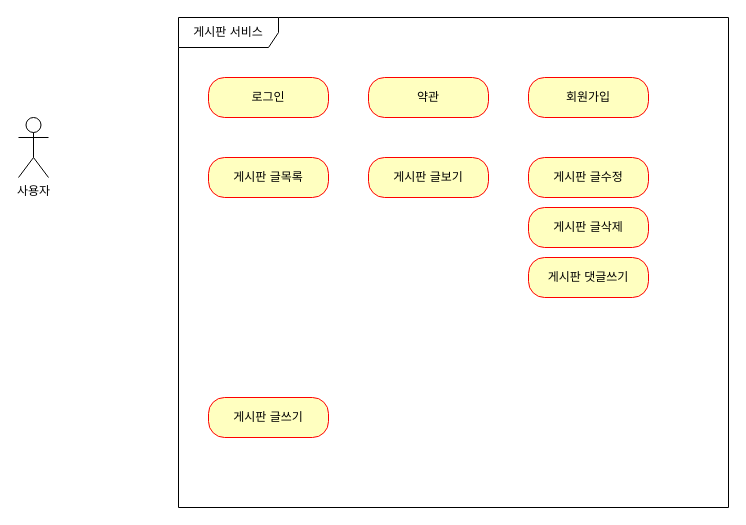
Before: Board1/게시판.drawio in nsaedae/JSP, a draw.io diagram. Source tidied: cells renumbered, new cells numbered last; positions are measured from the earlier drawing's top-left corner, leaving out a move shared by most shapes. Both pictures are drawn from the tidied source at 100%, with x=0, y=0 at pixel (18, 17).
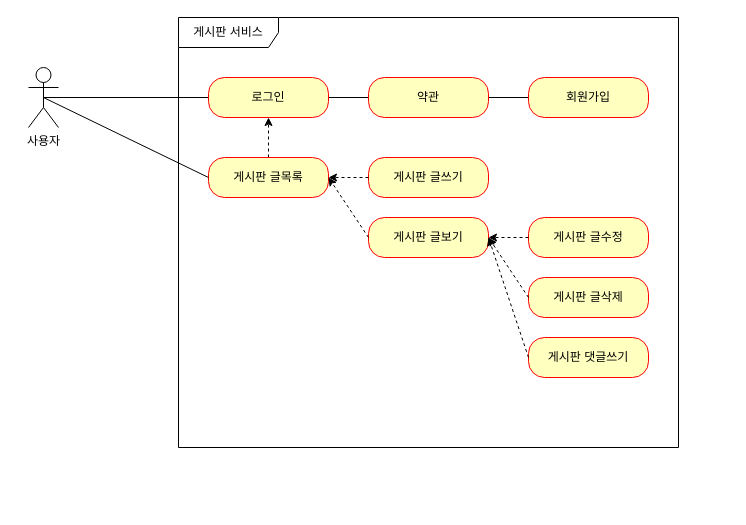
The same diagram, later.

Commit message:
게시판.drawio 업데이트

The change refers to these unchanged cells:
```xml
<mxCell id="4" value="로그인" style="rounded=1;whiteSpace=wrap;html=1;arcSize=40;fontColor=#000000;fillColor=#ffffc0;strokeColor=#ff0000;" parent="1" vertex="1">
  <mxGeometry x="190" y="60" width="120" height="40" as="geometry" />
</mxCell>
<mxCell id="5" value="약관" style="rounded=1;whiteSpace=wrap;html=1;arcSize=40;fontColor=#000000;fillColor=#ffffc0;strokeColor=#ff0000;" parent="1" vertex="1">
  <mxGeometry x="350" y="60" width="120" height="40" as="geometry" />
</mxCell>
<mxCell id="6" value="회원가입" style="rounded=1;whiteSpace=wrap;html=1;arcSize=40;fontColor=#000000;fillColor=#ffffc0;strokeColor=#ff0000;" parent="1" vertex="1">
  <mxGeometry x="510" y="60" width="120" height="40" as="geometry" />
</mxCell>
<mxCell id="7" value="게시판 글목록" style="rounded=1;whiteSpace=wrap;html=1;arcSize=40;fontColor=#000000;fillColor=#ffffc0;strokeColor=#ff0000;" parent="1" vertex="1">
  <mxGeometry x="190" y="140" width="120" height="40" as="geometry" />
</mxCell>
```

Diff of the diagram source:
```diff
@@
     <mxCell id="2" value="사용자" style="shape=umlActor;verticalLabelPosition=bottom;verticalAlign=top;html=1;" parent="1" vertex="1">
-      <mxGeometry y="100" width="30" height="60" as="geometry" />
+      <mxGeometry x="10" y="50" width="30" height="60" as="geometry" />
     </mxCell>
     <mxCell id="3" value="게시판 서비스" style="shape=umlFrame;whiteSpace=wrap;html=1;width=100;height=30;" parent="1" vertex="1">
-      <mxGeometry x="160" width="550" height="490" as="geometry" />
+      <mxGeometry x="160" width="500" height="430" as="geometry" />
     </mxCell>
+    <mxCell id="13" style="edgeStyle=none;rounded=0;jettySize=auto;html=1;exitX=0;exitY=0.5;exitDx=0;exitDy=0;entryX=0.5;entryY=0.5;entryDx=0;entryDy=0;entryPerimeter=0;endArrow=none;endFill=0;" parent="1" edge="1" source="4" target="2">
+      <mxGeometry relative="1" as="geometry" />
+    </mxCell>
+    <mxCell id="14" style="edgeStyle=none;rounded=0;jettySize=auto;html=1;exitX=1;exitY=0.5;exitDx=0;exitDy=0;entryX=0;entryY=0.5;entryDx=0;entryDy=0;endArrow=none;endFill=0;" parent="1" edge="1" source="4" target="5">
+      <mxGeometry relative="1" as="geometry" />
+    </mxCell>
@@
+    <mxCell id="15" style="edgeStyle=none;rounded=0;jettySize=auto;html=1;exitX=1;exitY=0.5;exitDx=0;exitDy=0;entryX=0;entryY=0.5;entryDx=0;entryDy=0;endArrow=none;endFill=0;" parent="1" edge="1" source="5" target="6">
+      <mxGeometry relative="1" as="geometry" />
+    </mxCell>
@@
+    <mxCell id="16" style="edgeStyle=none;rounded=0;jettySize=auto;html=1;exitX=0.5;exitY=0;exitDx=0;exitDy=0;endArrow=classic;endFill=1;dashed=1;startArrow=none;startFill=0;" parent="1" edge="1" source="7" target="4">
+      <mxGeometry relative="1" as="geometry" />
+    </mxCell>
@@
     <mxCell id="8" value="게시판 글쓰기" style="rounded=1;whiteSpace=wrap;html=1;arcSize=40;fontColor=#000000;fillColor=#ffffc0;strokeColor=#ff0000;" parent="1" vertex="1">
-      <mxGeometry x="190" y="380" width="120" height="40" as="geometry" />
+      <mxGeometry x="350" y="140" width="120" height="40" as="geometry" />
     </mxCell>
     <mxCell id="9" value="게시판 글보기" style="rounded=1;whiteSpace=wrap;html=1;arcSize=40;fontColor=#000000;fillColor=#ffffc0;strokeColor=#ff0000;" parent="1" vertex="1">
-      <mxGeometry x="350" y="140" width="120" height="40" as="geometry" />
+      <mxGeometry x="350" y="200" width="120" height="40" as="geometry" />
     </mxCell>
     <mxCell id="10" value="게시판 글수정" style="rounded=1;whiteSpace=wrap;html=1;arcSize=40;fontColor=#000000;fillColor=#ffffc0;strokeColor=#ff0000;" parent="1" vertex="1">
-      <mxGeometry x="510" y="140" width="120" height="40" as="geometry" />
+      <mxGeometry x="510" y="200" width="120" height="40" as="geometry" />
     </mxCell>
     <mxCell id="11" value="게시판 글삭제" style="rounded=1;whiteSpace=wrap;html=1;arcSize=40;fontColor=#000000;fillColor=#ffffc0;strokeColor=#ff0000;" parent="1" vertex="1">
-      <mxGeometry x="510" y="190" width="120" height="40" as="geometry" />
+      <mxGeometry x="510" y="260" width="120" height="40" as="geometry" />
     </mxCell>
     <mxCell id="12" value="게시판 댓글쓰기" style="rounded=1;whiteSpace=wrap;html=1;arcSize=40;fontColor=#000000;fillColor=#ffffc0;strokeColor=#ff0000;" parent="1" vertex="1">
-      <mxGeometry x="510" y="240" width="120" height="40" as="geometry" />
+      <mxGeometry x="510" y="320" width="120" height="40" as="geometry" />
     </mxCell>
+    <mxCell id="17" style="edgeStyle=none;rounded=0;jettySize=auto;html=1;exitX=0;exitY=0.5;exitDx=0;exitDy=0;entryX=0.5;entryY=0.5;entryDx=0;entryDy=0;entryPerimeter=0;endArrow=none;endFill=0;" parent="1" edge="1" source="7" target="2">
+      <mxGeometry relative="1" as="geometry" />
+    </mxCell>
+    <mxCell id="18" style="edgeStyle=none;rounded=0;jettySize=auto;html=1;exitX=0;exitY=0.5;exitDx=0;exitDy=0;endArrow=classic;endFill=1;dashed=1;startArrow=none;startFill=0;entryX=1;entryY=0.5;entryDx=0;entryDy=0;" parent="1" edge="1" source="8" target="7">
+      <mxGeometry relative="1" as="geometry" />
+    </mxCell>
+    <mxCell id="19" style="edgeStyle=none;rounded=0;jettySize=auto;html=1;exitX=0;exitY=0.5;exitDx=0;exitDy=0;endArrow=classic;endFill=1;dashed=1;startArrow=none;startFill=0;entryX=1;entryY=0.5;entryDx=0;entryDy=0;" parent="1" edge="1" source="9" target="7">
+      <mxGeometry relative="1" as="geometry" />
+    </mxCell>
+    <mxCell id="20" style="edgeStyle=none;rounded=0;jettySize=auto;html=1;exitX=0;exitY=0.5;exitDx=0;exitDy=0;endArrow=classic;endFill=1;dashed=1;startArrow=none;startFill=0;" parent="1" edge="1" source="10" target="9">
+      <mxGeometry relative="1" as="geometry" />
+    </mxCell>
+    <mxCell id="21" style="edgeStyle=none;rounded=0;jettySize=auto;html=1;exitX=0;exitY=0.5;exitDx=0;exitDy=0;endArrow=classic;endFill=1;dashed=1;startArrow=none;startFill=0;entryX=1;entryY=0.5;entryDx=0;entryDy=0;" parent="1" edge="1" source="11" target="9">
+      <mxGeometry relative="1" as="geometry" />
+    </mxCell>
+    <mxCell id="22" style="edgeStyle=none;rounded=0;jettySize=auto;html=1;exitX=0;exitY=0.5;exitDx=0;exitDy=0;endArrow=classic;endFill=1;dashed=1;startArrow=none;startFill=0;entryX=1;entryY=0.5;entryDx=0;entryDy=0;" parent="1" edge="1" source="12" target="9">
+      <mxGeometry relative="1" as="geometry" />
+    </mxCell>
```
